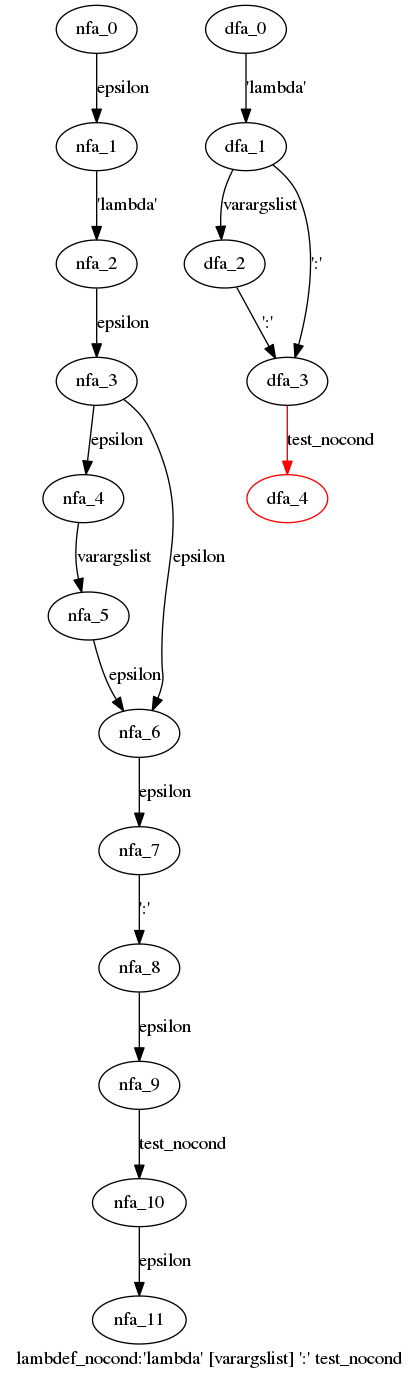
Before: cpython/grammar/handwrite/nfa_dfas/53.lambdef_nocond.dot.png, a diagram exported from Graphviz (WinChua/blog). Its source is kept beside it as cpython/grammar/handwrite/nfa_dfas/53.lambdef_nocond.dot. The source it was exported from:
```dot
digraph lambdef_nocond {
 graph[label="lambdef_nocond:'lambda' [varargslist] ':' test_nocond"]
 subgraph lambdef_nocond_nfa {
  nfa_0->nfa_1[label="epsilon"]
  nfa_1->nfa_2[label="'lambda'"]
  nfa_2->nfa_3[label="epsilon"]
  nfa_3->nfa_4[label="epsilon"]
  nfa_4->nfa_5[label="varargslist"]
  nfa_5->nfa_6[label="epsilon"]
  nfa_6->nfa_7[label="epsilon"]
  nfa_7->nfa_8[label="':'"]
  nfa_8->nfa_9[label="epsilon"]
  nfa_9->nfa_10[label="test_nocond"]
  nfa_10->nfa_11[label="epsilon"]
  nfa_3->nfa_6[label="epsilon"]
  }
 subgraph lambdef_nocond_dfa {
  dfa_0->dfa_1[label="'lambda'"]
  dfa_1->dfa_2[label="varargslist"]
  dfa_2->dfa_3[label="':'"]
  dfa_3->dfa_4[label="test_nocond",color=red]
  dfa_1->dfa_3[label="':'"]
  dfa_4[color=red]
  }
}
```
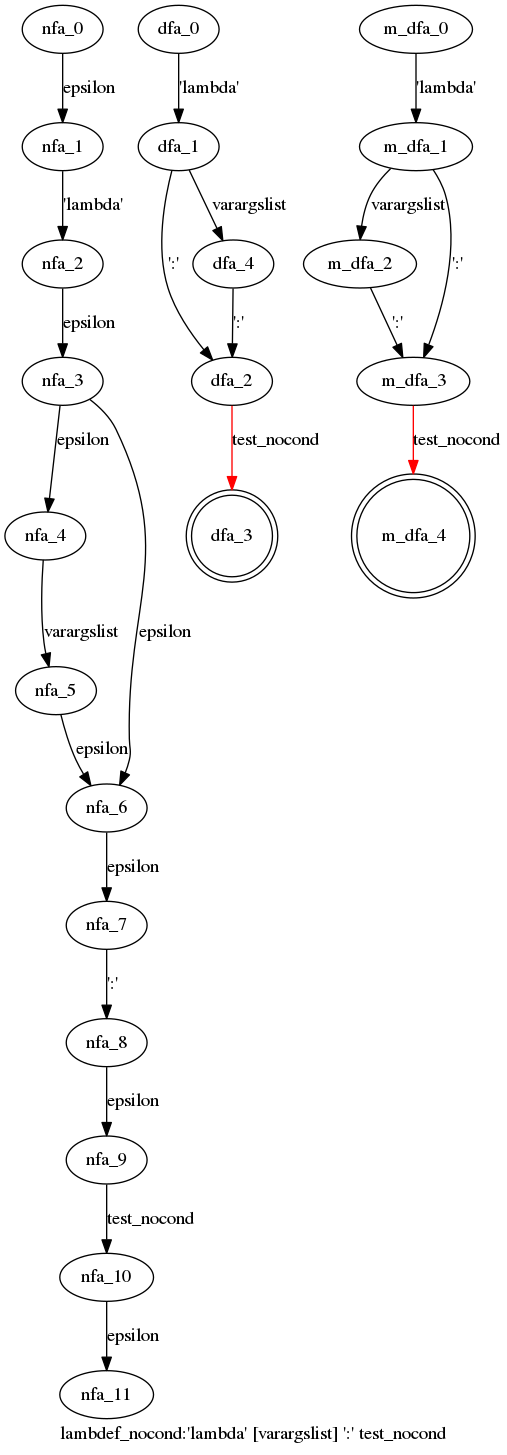
After the change.

Diff of the diagram source:
```diff
@@ -16,10 +16,18 @@
   }
  subgraph lambdef_nocond_dfa {
   dfa_0->dfa_1[label="'lambda'"]
-  dfa_1->dfa_2[label="varargslist"]
-  dfa_2->dfa_3[label="':'"]
-  dfa_3->dfa_4[label="test_nocond",color=red]
-  dfa_1->dfa_3[label="':'"]
-  dfa_4[color=red]
+  dfa_1->dfa_2[label="':'"]
+  dfa_2->dfa_3[label="test_nocond",color=red]
+  dfa_1->dfa_4[label="varargslist"]
+  dfa_4->dfa_2[label="':'"]
+  dfa_3[shape=doublecircle]
+  }
+ subgraph lambdef_nocond_m_dfa {
+  m_dfa_0->m_dfa_1[label="'lambda'"]
+  m_dfa_1->m_dfa_2[label="varargslist"]
+  m_dfa_2->m_dfa_3[label="':'"]
+  m_dfa_3->m_dfa_4[label="test_nocond",color=red]
+  m_dfa_1->m_dfa_3[label="':'"]
+  m_dfa_4[shape=doublecircle]
   }
 }
```
